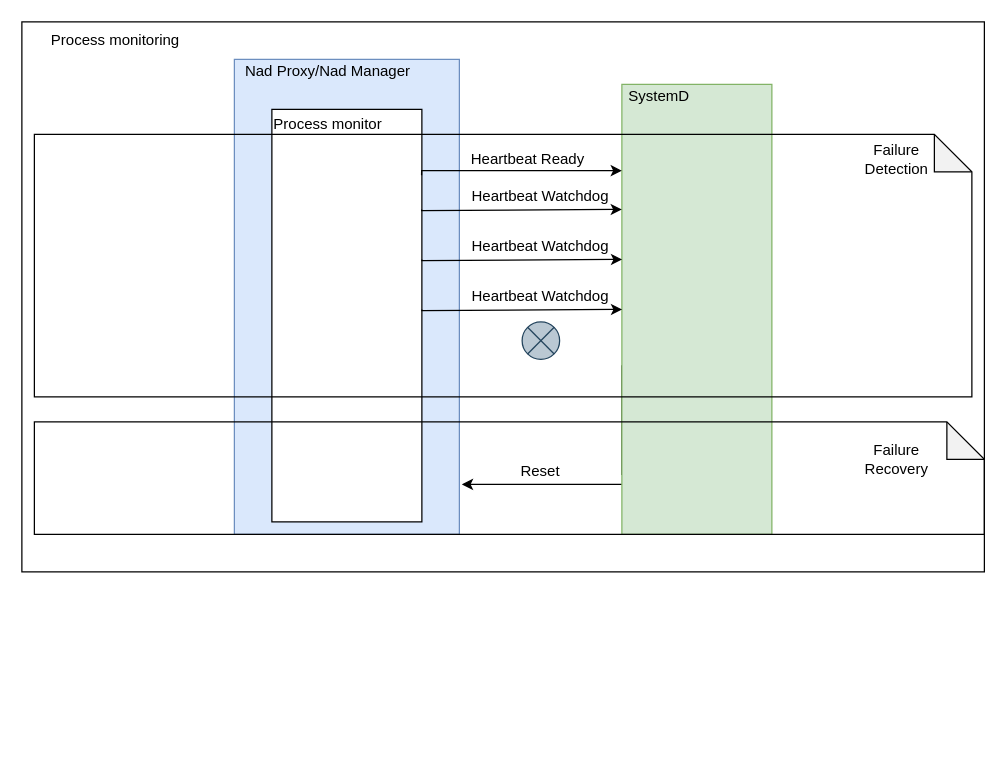
Before: page "processmonitor" (2 of 16) of doc/SA cert/Design/availability.drawio in taikt/codefun, a draw.io diagram. Source tidied: cells renumbered, new cells numbered last; positions are measured from the earlier drawing's top-left corner, leaving out a move shared by most shapes. Both pictures are drawn from the tidied source at 125%, with x=0, y=0 at pixel (21, 21).
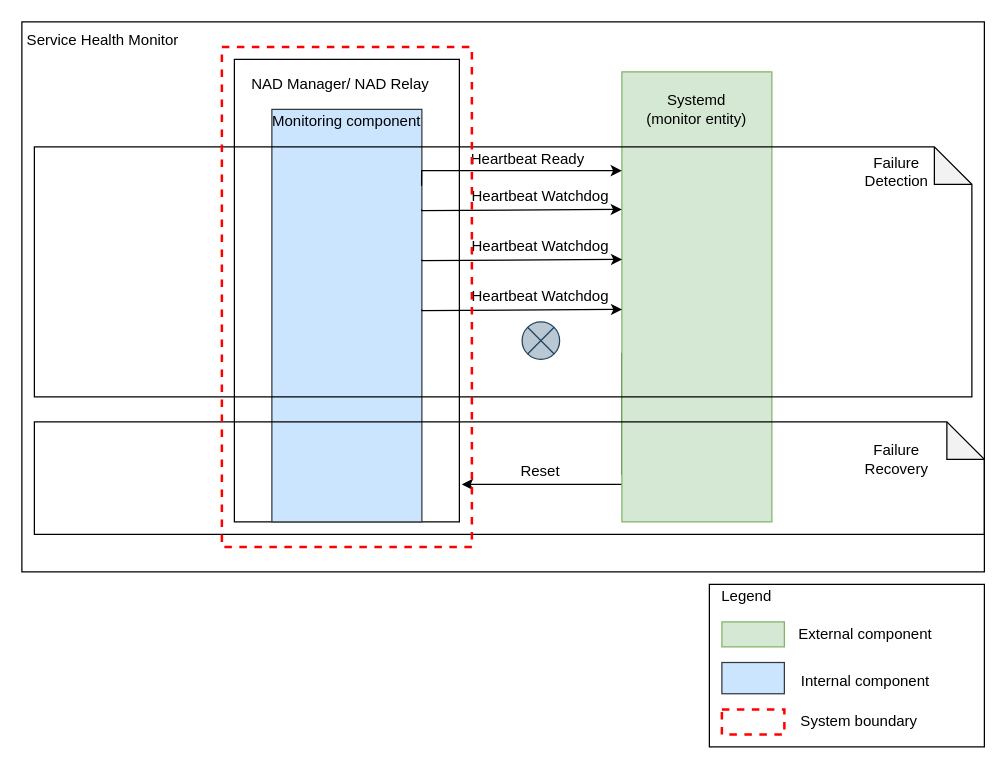
The same page after the edit.

Diff of the diagram source:
```diff
@@
-    <mxCell id="3" style="rounded=0;whiteSpace=wrap;html=1;fillColor=#dae8fc;strokeColor=#6c8ebf;" parent="1" vertex="1">
-      <mxGeometry x="170" y="30" width="180" height="380" as="geometry" />
+    <mxCell id="3" style="rounded=0;whiteSpace=wrap;html=1;" parent="1" vertex="1">
+      <mxGeometry x="170" y="30" width="180" height="370" as="geometry" />
     </mxCell>
-    <mxCell id="4" value="Nad Proxy/Nad Manager" style="text;html=1;strokeColor=none;fillColor=none;align=center;verticalAlign=middle;whiteSpace=wrap;rounded=0;" parent="1" vertex="1">
-      <mxGeometry x="170" y="30" width="150" height="20" as="geometry" />
+    <mxCell id="4" value="NAD Manager/&amp;nbsp;NAD Relay" style="text;html=1;strokeColor=none;fillColor=none;align=center;verticalAlign=middle;whiteSpace=wrap;rounded=0;" parent="1" vertex="1">
+      <mxGeometry x="180" y="40" width="150" height="20" as="geometry" />
     </mxCell>
-    <mxCell id="5" style="rounded=0;whiteSpace=wrap;html=1;fillColor=#ffffff;gradientColor=none;" parent="1" vertex="1">
+    <mxCell id="5" style="rounded=0;whiteSpace=wrap;html=1;fillColor=#cce5ff;strokeColor=#36393d;" parent="1" vertex="1">
       <mxGeometry x="200" y="70" width="120" height="330" as="geometry" />
     </mxCell>
-    <mxCell id="6" value="Process monitor" style="text;html=1;strokeColor=none;fillColor=none;align=center;verticalAlign=middle;whiteSpace=wrap;rounded=0;" parent="1" vertex="1">
-      <mxGeometry x="200" y="72.2" width="90" height="20" as="geometry" />
+    <mxCell id="6" value="Monitoring component" style="text;html=1;strokeColor=none;fillColor=none;align=center;verticalAlign=middle;whiteSpace=wrap;rounded=0;" parent="1" vertex="1">
+      <mxGeometry x="195" y="70" width="130" height="20" as="geometry" />
     </mxCell>
@@
     <mxCell id="8" style="rounded=0;whiteSpace=wrap;html=1;fillColor=#d5e8d4;strokeColor=#82b366;" parent="1" vertex="1">
-      <mxGeometry x="480" y="50" width="120" height="360" as="geometry" />
+      <mxGeometry x="480" y="40" width="120" height="360" as="geometry" />
     </mxCell>
-    <mxCell id="9" value="SystemD" style="text;html=1;strokeColor=none;fillColor=none;align=center;verticalAlign=middle;whiteSpace=wrap;rounded=0;" parent="1" vertex="1">
-      <mxGeometry x="490" y="50" width="40" height="20" as="geometry" />
+    <mxCell id="9" value="Systemd&lt;br&gt;(monitor entity)" style="text;html=1;strokeColor=none;fillColor=none;align=center;verticalAlign=middle;whiteSpace=wrap;rounded=0;" parent="1" vertex="1">
+      <mxGeometry x="490" y="60" width="100" height="20" as="geometry" />
     </mxCell>
     <mxCell id="10" style="shape=note;whiteSpace=wrap;html=1;backgroundOutline=1;darkOpacity=0.05;gradientColor=#ffffff;fillColor=none;" parent="1" vertex="1">
-      <mxGeometry x="10" y="90" width="750" height="210" as="geometry" />
+      <mxGeometry x="10" y="100" width="750" height="200" as="geometry" />
     </mxCell>
     <mxCell id="11" value="Failure Detection" style="text;html=1;strokeColor=none;fillColor=none;align=center;verticalAlign=middle;whiteSpace=wrap;rounded=0;" parent="1" vertex="1">
-      <mxGeometry x="680" y="100" width="40" height="20" as="geometry" />
+      <mxGeometry x="680" y="110" width="40" height="20" as="geometry" />
     </mxCell>
@@
-    <mxCell id="24" value="Process monitoring" style="text;html=1;strokeColor=none;fillColor=none;align=center;verticalAlign=middle;whiteSpace=wrap;rounded=0;" parent="1" vertex="1">
-      <mxGeometry x="10" width="130" height="30" as="geometry" />
+    <mxCell id="24" value="Service Health Monitor" style="text;html=1;strokeColor=none;fillColor=none;align=center;verticalAlign=middle;whiteSpace=wrap;rounded=0;" parent="1" vertex="1">
+      <mxGeometry width="130" height="30" as="geometry" />
     </mxCell>
+    <mxCell id="25" style="edgeStyle=orthogonalEdgeStyle;rounded=0;orthogonalLoop=1;jettySize=auto;html=1;exitX=0.5;exitY=1;exitDx=0;exitDy=0;" parent="1" edge="1" source="4" target="4">
+      <mxGeometry relative="1" as="geometry" />
+    </mxCell>
+    <mxCell id="26" style="rounded=0;whiteSpace=wrap;html=1;strokeColor=#000000;strokeWidth=1;fillColor=none;" parent="1" vertex="1">
+      <mxGeometry x="550" y="450" width="220" height="130" as="geometry" />
+    </mxCell>
+    <mxCell id="27" value="Legend" style="text;html=1;strokeColor=none;fillColor=none;align=center;verticalAlign=middle;whiteSpace=wrap;rounded=0;" parent="1" vertex="1">
+      <mxGeometry x="560" y="450" width="40" height="20" as="geometry" />
+    </mxCell>
+    <mxCell id="28" style="rounded=0;whiteSpace=wrap;html=1;fillColor=#d5e8d4;strokeColor=#82b366;" parent="1" vertex="1">
+      <mxGeometry x="560" y="480" width="50" height="20" as="geometry" />
+    </mxCell>
+    <mxCell id="29" value="External component" style="text;html=1;strokeColor=none;fillColor=none;align=center;verticalAlign=middle;whiteSpace=wrap;rounded=0;" parent="1" vertex="1">
+      <mxGeometry x="600" y="480" width="150" height="20" as="geometry" />
+    </mxCell>
+    <mxCell id="30" style="rounded=0;whiteSpace=wrap;html=1;fillColor=#cce5ff;strokeColor=#36393d;" parent="1" vertex="1">
+      <mxGeometry x="560" y="512.5" width="50" height="25" as="geometry" />
+    </mxCell>
+    <mxCell id="31" value="Internal component" style="text;html=1;strokeColor=none;fillColor=none;align=center;verticalAlign=middle;whiteSpace=wrap;rounded=0;" parent="1" vertex="1">
+      <mxGeometry x="615" y="517.5" width="120" height="20" as="geometry" />
+    </mxCell>
+    <mxCell id="32" style="rounded=0;whiteSpace=wrap;html=1;strokeWidth=2;fillColor=none;dashed=1;strokeColor=#FF0000;" parent="1" vertex="1">
+      <mxGeometry x="160" y="20" width="200" height="400" as="geometry" />
+    </mxCell>
+    <mxCell id="33" style="rounded=0;whiteSpace=wrap;html=1;strokeWidth=2;fillColor=none;dashed=1;strokeColor=#FF0000;" parent="1" vertex="1">
+      <mxGeometry x="560" y="550" width="50" height="20" as="geometry" />
+    </mxCell>
+    <mxCell id="34" value="System boundary" style="text;html=1;strokeColor=none;fillColor=none;align=center;verticalAlign=middle;whiteSpace=wrap;rounded=0;" parent="1" vertex="1">
+      <mxGeometry x="610" y="550" width="120" height="20" as="geometry" />
+    </mxCell>
```
